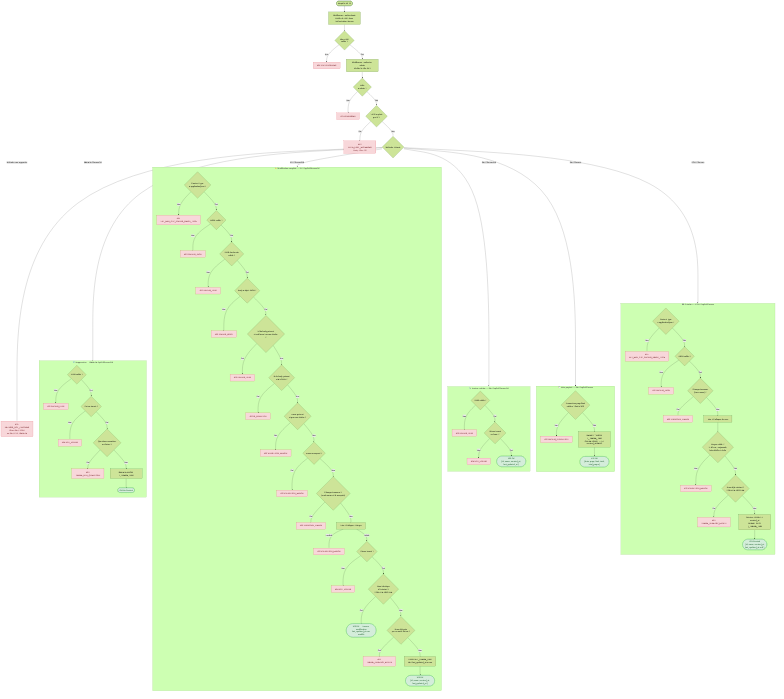
The Mermaid diagram docs/specs/diagrams/US-004-themes-crud.png in ODehel/quiz-live-server, before a commit. Its source is kept beside it as docs/specs/diagrams/US-004-themes-crud.mmd.
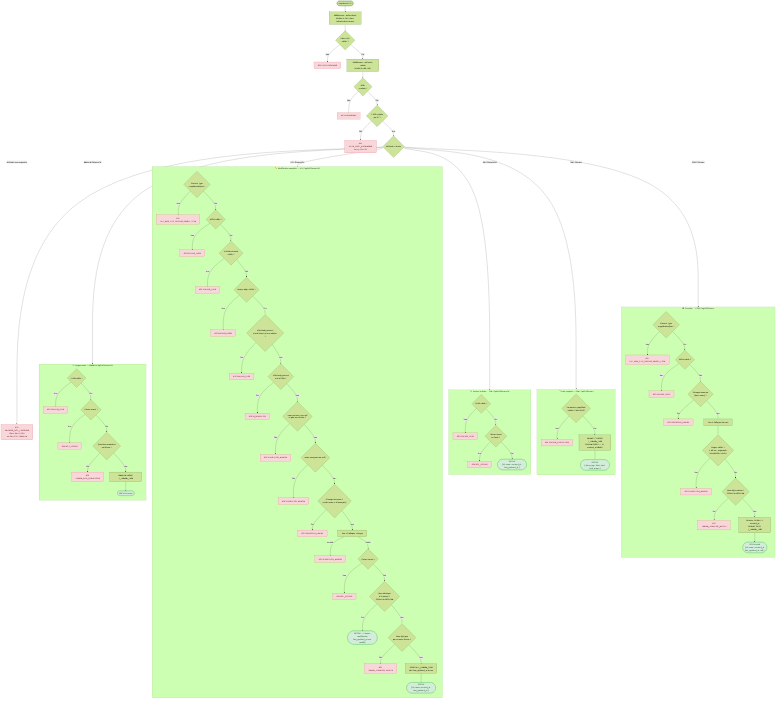
The same diagram one commit later.

Commit message:
docs(specs): settle the messages and the null name of the theme update (#249)

Diff of the diagram source:
```diff
@@ -64,9 +64,9 @@
         PUT_BID -->|"Oui"| PUE400i["400 INVALID_UUID"]
         PUT_BID -->|"Non"| PUT_IDM{"id du body présent\net ≠ id URL ?"}
         PUT_IDM -->|"Oui"| PUE400d["400 ID_MISMATCH"]
-        PUT_IDM -->|"Non"| PUT_TYP{"name présent\net pas une chaîne ?"}
+        PUT_IDM -->|"Non"| PUT_TYP{"name présent, non null\net pas une chaîne ?"}
         PUT_TYP -->|"Oui"| PUE400t["400 VALIDATION_ERROR"]
-        PUT_TYP -->|"Non"| PUT_MIS{"name manquant ?"}
+        PUT_TYP -->|"Non"| PUT_MIS{"name manquant ou null ?"}
         PUT_MIS -->|"Oui"| PUE400m["400 VALIDATION_ERROR"]
         PUT_MIS -->|"Non"| PUT_UF{"Champs inconnus ?\n(seuls name et id acceptés)"}
         PUT_UF -->|"Oui"| PUE400c["400 UNKNOWN_FIELDS"]
```
